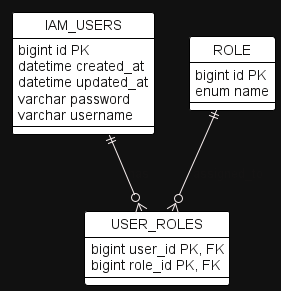
PeaceApp-Emergentes/project-report keeps this PlantUML diagram as assets/database-iam.png. Above is the earlier version. Its diagram source:
```plantuml
@startuml database-iam
!theme plain

skinparam backgroundColor #111111
skinparam shadowing false
skinparam defaultFontColor #131212
skinparam defaultFontName Arial
skinparam ArrowColor #f7eeee
hide circle

skinparam entity {
  BackgroundColor #161515
  BorderColor #BBBBBB
  FontColor #DDDDDD
}

entity "IAM_USERS" as IAM_USERS {
  bigint id PK
  datetime created_at
  datetime updated_at
  varchar password
  varchar username
}

entity "ROLE" as ROLE {
  bigint id PK
  enum name
}

entity "USER_ROLES" as USER_ROLES {
  bigint user_id PK, FK
  bigint role_id PK, FK
}

IAM_USERS ||--o{ USER_ROLES : has
ROLE ||--o{ USER_ROLES : assigned_to

@enduml
```
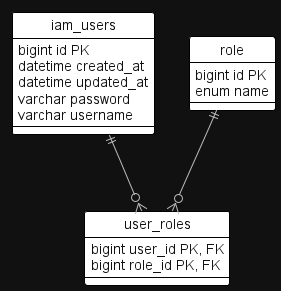
The same diagram one commit later.

What changed in the source:
```diff
@@ -3,18 +3,18 @@
 
 skinparam backgroundColor #111111
 skinparam shadowing false
-skinparam defaultFontColor #131212
+skinparam defaultFontColor #111111
 skinparam defaultFontName Arial
-skinparam ArrowColor #f7eeee
+skinparam ArrowColor #BBBBBB
 hide circle
 
 skinparam entity {
-  BackgroundColor #161515
+  BackgroundColor #222222
   BorderColor #BBBBBB
   FontColor #DDDDDD
 }
 
-entity "IAM_USERS" as IAM_USERS {
+entity "iam_users" as IAM_USERS {
   bigint id PK
   datetime created_at
   datetime updated_at
@@ -22,12 +22,12 @@
   varchar username
 }
 
-entity "ROLE" as ROLE {
+entity "role" as ROLE {
   bigint id PK
   enum name
 }
 
-entity "USER_ROLES" as USER_ROLES {
+entity "user_roles" as USER_ROLES {
   bigint user_id PK, FK
   bigint role_id PK, FK
 }
```
